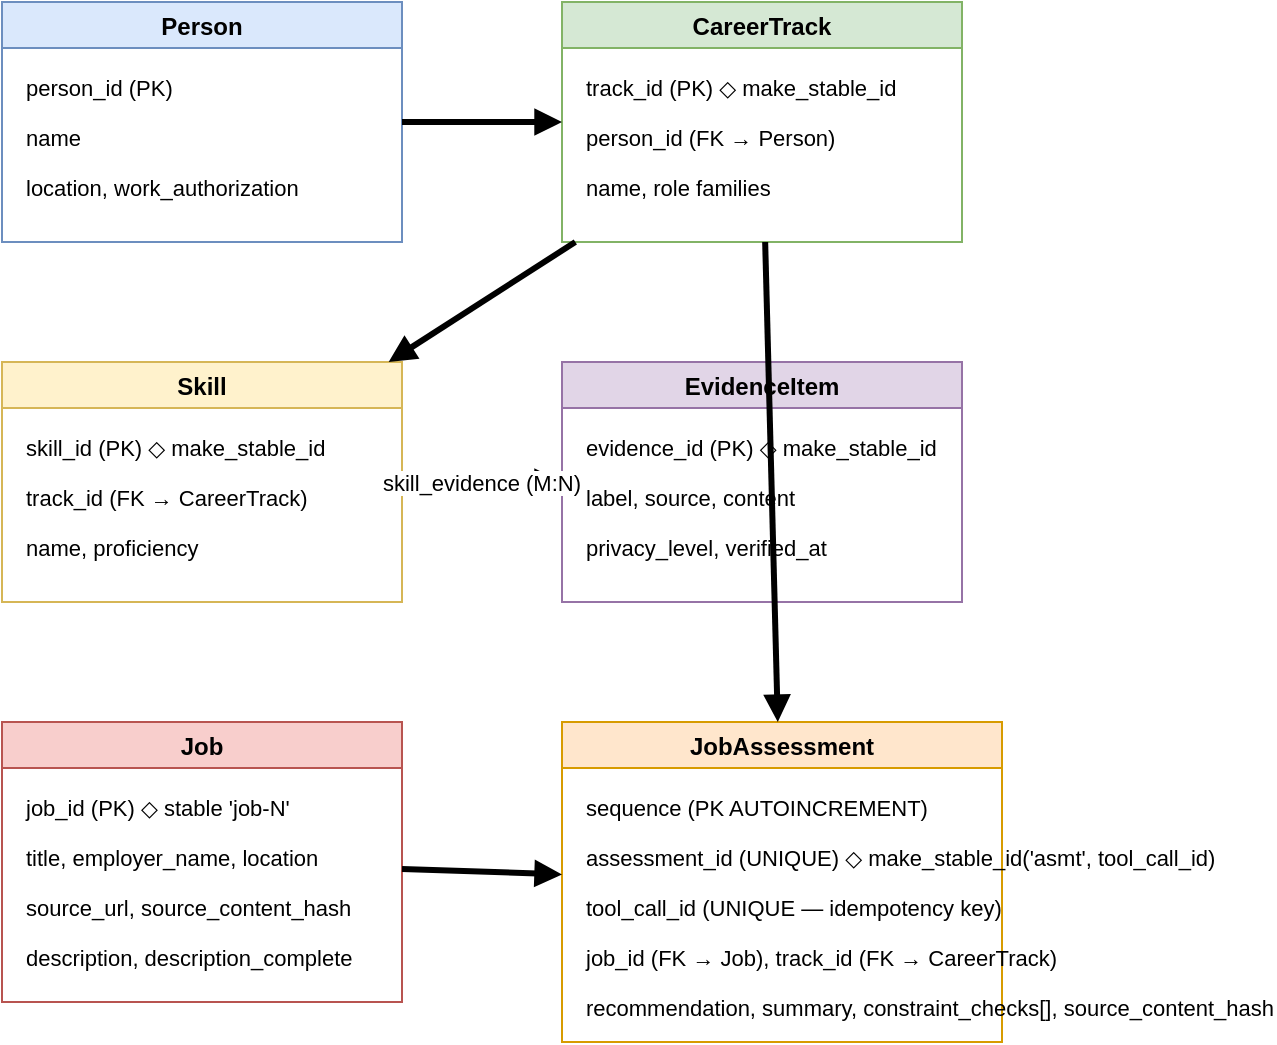
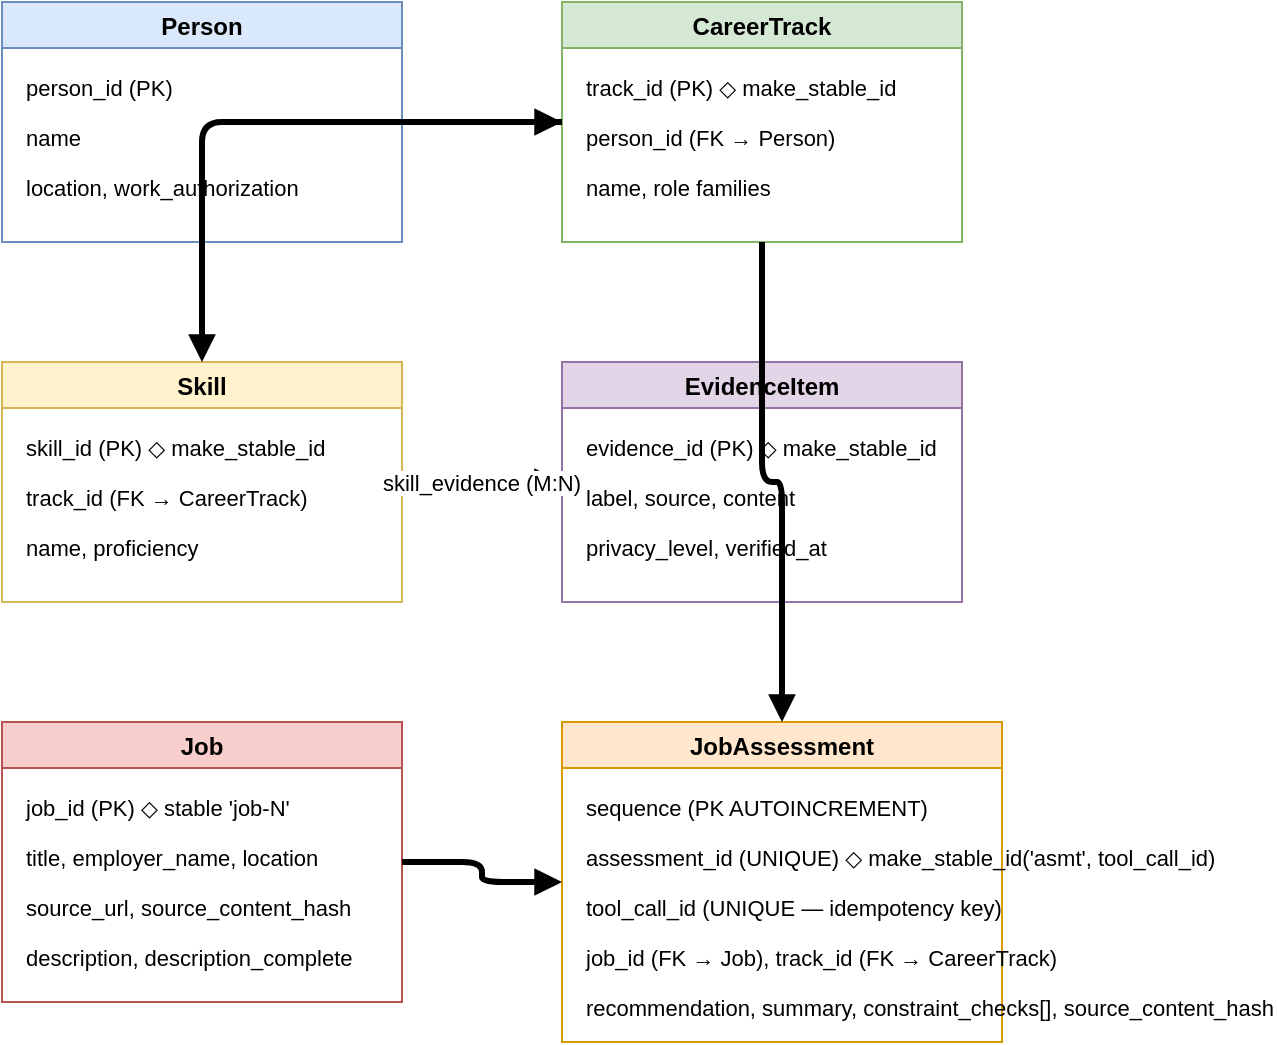
<mxfile host="app.diagrams.net">
  <diagram name="employment-models">
    <mxGraphModel dx="1200" dy="800" grid="1" gridSize="10" guides="1" tooltips="1" connect="1" arrows="1" fold="1" page="1" pageScale="1" pageWidth="827" pageHeight="1169">
      <root>
        <mxCell id="0"/>
        <mxCell id="1" parent="0"/>
        <mxCell id="group-person" value="Person" style="swimlane;fillColor=#dae8fc;strokeColor=#6c8ebf;" vertex="1" parent="1">
          <mxGeometry x="40" y="40" width="200" height="120" as="geometry"/>
        </mxCell>
        <mxCell id="person-id" value="person_id (PK)" style="text;fontSize=11;" vertex="1" parent="group-person">
          <mxGeometry x="10" y="30" width="180" height="20" as="geometry"/>
        </mxCell>
        <mxCell id="person-name" value="name" style="text;fontSize=11;" vertex="1" parent="group-person">
          <mxGeometry x="10" y="55" width="180" height="20" as="geometry"/>
        </mxCell>
        <mxCell id="person-loc" value="location, work_authorization" style="text;fontSize=11;" vertex="1" parent="group-person">
          <mxGeometry x="10" y="80" width="180" height="20" as="geometry"/>
        </mxCell>
        <mxCell id="group-track" value="CareerTrack" style="swimlane;fillColor=#d5e8d4;strokeColor=#82b366;" vertex="1" parent="1">
          <mxGeometry x="320" y="40" width="200" height="120" as="geometry"/>
        </mxCell>
        <mxCell id="track-id" value="track_id (PK)  ◇ make_stable_id" style="text;fontSize=11;" vertex="1" parent="group-track">
          <mxGeometry x="10" y="30" width="180" height="20" as="geometry"/>
        </mxCell>
        <mxCell id="track-pid" value="person_id (FK → Person)" style="text;fontSize=11;" vertex="1" parent="group-track">
          <mxGeometry x="10" y="55" width="180" height="20" as="geometry"/>
        </mxCell>
        <mxCell id="track-name" value="name, role families" style="text;fontSize=11;" vertex="1" parent="group-track">
          <mxGeometry x="10" y="80" width="180" height="20" as="geometry"/>
        </mxCell>
        <mxCell id="group-skill" value="Skill" style="swimlane;fillColor=#fff2cc;strokeColor=#d6b656;" vertex="1" parent="1">
          <mxGeometry x="40" y="220" width="200" height="120" as="geometry"/>
        </mxCell>
        <mxCell id="skill-id" value="skill_id (PK)  ◇ make_stable_id" style="text;fontSize=11;" vertex="1" parent="group-skill">
          <mxGeometry x="10" y="30" width="180" height="20" as="geometry"/>
        </mxCell>
        <mxCell id="skill-tid" value="track_id (FK → CareerTrack)" style="text;fontSize=11;" vertex="1" parent="group-skill">
          <mxGeometry x="10" y="55" width="180" height="20" as="geometry"/>
        </mxCell>
        <mxCell id="skill-prof" value="name, proficiency" style="text;fontSize=11;" vertex="1" parent="group-skill">
          <mxGeometry x="10" y="80" width="180" height="20" as="geometry"/>
        </mxCell>
        <mxCell id="group-evidence" value="EvidenceItem" style="swimlane;fillColor=#e1d5e7;strokeColor=#9673a6;" vertex="1" parent="1">
          <mxGeometry x="320" y="220" width="200" height="120" as="geometry"/>
        </mxCell>
        <mxCell id="ev-id" value="evidence_id (PK)  ◇ make_stable_id" style="text;fontSize=11;" vertex="1" parent="group-evidence">
          <mxGeometry x="10" y="30" width="180" height="20" as="geometry"/>
        </mxCell>
        <mxCell id="ev-label" value="label, source, content" style="text;fontSize=11;" vertex="1" parent="group-evidence">
          <mxGeometry x="10" y="55" width="180" height="20" as="geometry"/>
        </mxCell>
        <mxCell id="ev-priv" value="privacy_level, verified_at" style="text;fontSize=11;" vertex="1" parent="group-evidence">
          <mxGeometry x="10" y="80" width="180" height="20" as="geometry"/>
        </mxCell>
        <mxCell id="group-job" value="Job" style="swimlane;fillColor=#f8cecc;strokeColor=#b85450;" vertex="1" parent="1">
          <mxGeometry x="40" y="400" width="200" height="140" as="geometry"/>
        </mxCell>
        <mxCell id="job-id" value="job_id (PK)  ◇ stable 'job-N'" style="text;fontSize=11;" vertex="1" parent="group-job">
          <mxGeometry x="10" y="30" width="180" height="20" as="geometry"/>
        </mxCell>
        <mxCell id="job-title" value="title, employer_name, location" style="text;fontSize=11;" vertex="1" parent="group-job">
          <mxGeometry x="10" y="55" width="180" height="20" as="geometry"/>
        </mxCell>
        <mxCell id="job-src" value="source_url, source_content_hash" style="text;fontSize=11;" vertex="1" parent="group-job">
          <mxGeometry x="10" y="80" width="180" height="20" as="geometry"/>
        </mxCell>
        <mxCell id="job-desc" value="description, description_complete" style="text;fontSize=11;" vertex="1" parent="group-job">
          <mxGeometry x="10" y="105" width="180" height="20" as="geometry"/>
        </mxCell>
        <mxCell id="group-assessment" value="JobAssessment" style="swimlane;fillColor=#ffe6cc;strokeColor=#d79b00;" vertex="1" parent="1">
          <mxGeometry x="320" y="400" width="220" height="160" as="geometry"/>
        </mxCell>
        <mxCell id="asmt-seq" value="sequence (PK AUTOINCREMENT)" style="text;fontSize=11;" vertex="1" parent="group-assessment">
          <mxGeometry x="10" y="30" width="200" height="20" as="geometry"/>
        </mxCell>
        <mxCell id="asmt-aid" value="assessment_id (UNIQUE)  ◇ make_stable_id('asmt', tool_call_id)" style="text;fontSize=11;" vertex="1" parent="group-assessment">
          <mxGeometry x="10" y="55" width="200" height="20" as="geometry"/>
        </mxCell>
        <mxCell id="asmt-tcid" value="tool_call_id (UNIQUE — idempotency key)" style="text;fontSize=11;" vertex="1" parent="group-assessment">
          <mxGeometry x="10" y="80" width="200" height="20" as="geometry"/>
        </mxCell>
        <mxCell id="asmt-fk" value="job_id (FK → Job), track_id (FK → CareerTrack)" style="text;fontSize=11;" vertex="1" parent="group-assessment">
          <mxGeometry x="10" y="105" width="200" height="20" as="geometry"/>
        </mxCell>
        <mxCell id="asmt-rec" value="recommendation, summary, constraint_checks[], source_content_hash" style="text;fontSize=11;" vertex="1" parent="group-assessment">
          <mxGeometry x="10" y="130" width="200" height="20" as="geometry"/>
        </mxCell>
-         <mxCell id="edge-p-t" value="" style="endArrow=block;endFill=1;strokeWidth=3;" edge="1" parent="1" source="group-person" target="group-track">
+         <mxCell id="edge-p-t" value="" style="edgeStyle=orthogonalEdgeStyle;orthogonalLoop=1;jettySize=auto;endArrow=block;endFill=1;strokeWidth=3;" edge="1" parent="1" source="group-person" target="group-track">
          <mxGeometry relative="1" as="geometry"/>
        </mxCell>
-         <mxCell id="edge-t-s" value="" style="endArrow=block;endFill=1;strokeWidth=3;" edge="1" parent="1" source="group-track" target="group-skill">
+         <mxCell id="edge-t-s" value="" style="edgeStyle=orthogonalEdgeStyle;orthogonalLoop=1;jettySize=auto;endArrow=block;endFill=1;strokeWidth=3;" edge="1" parent="1" source="group-track" target="group-skill">
          <mxGeometry relative="1" as="geometry"/>
        </mxCell>
-         <mxCell id="edge-s-e" value="skill_evidence (M:N)" style="endArrow=block;endFill=1;strokeWidth=3;dashed=1;" edge="1" parent="1" source="group-skill" target="group-evidence">
+         <mxCell id="edge-s-e" value="skill_evidence (M:N)" style="edgeStyle=orthogonalEdgeStyle;orthogonalLoop=1;jettySize=auto;endArrow=block;endFill=1;strokeWidth=3;dashed=1;" edge="1" parent="1" source="group-skill" target="group-evidence">
          <mxGeometry relative="1" as="geometry"/>
        </mxCell>
-         <mxCell id="edge-j-a" value="" style="endArrow=block;endFill=1;strokeWidth=3;" edge="1" parent="1" source="group-job" target="group-assessment">
+         <mxCell id="edge-j-a" value="" style="edgeStyle=orthogonalEdgeStyle;orthogonalLoop=1;jettySize=auto;endArrow=block;endFill=1;strokeWidth=3;" edge="1" parent="1" source="group-job" target="group-assessment">
          <mxGeometry relative="1" as="geometry"/>
        </mxCell>
-         <mxCell id="edge-t-a" value="" style="endArrow=block;endFill=1;strokeWidth=3;" edge="1" parent="1" source="group-track" target="group-assessment">
+         <mxCell id="edge-t-a" value="" style="edgeStyle=orthogonalEdgeStyle;orthogonalLoop=1;jettySize=auto;endArrow=block;endFill=1;strokeWidth=3;" edge="1" parent="1" source="group-track" target="group-assessment">
          <mxGeometry relative="1" as="geometry"/>
        </mxCell>
      </root>
    </mxGraphModel>
  </diagram>
</mxfile>
